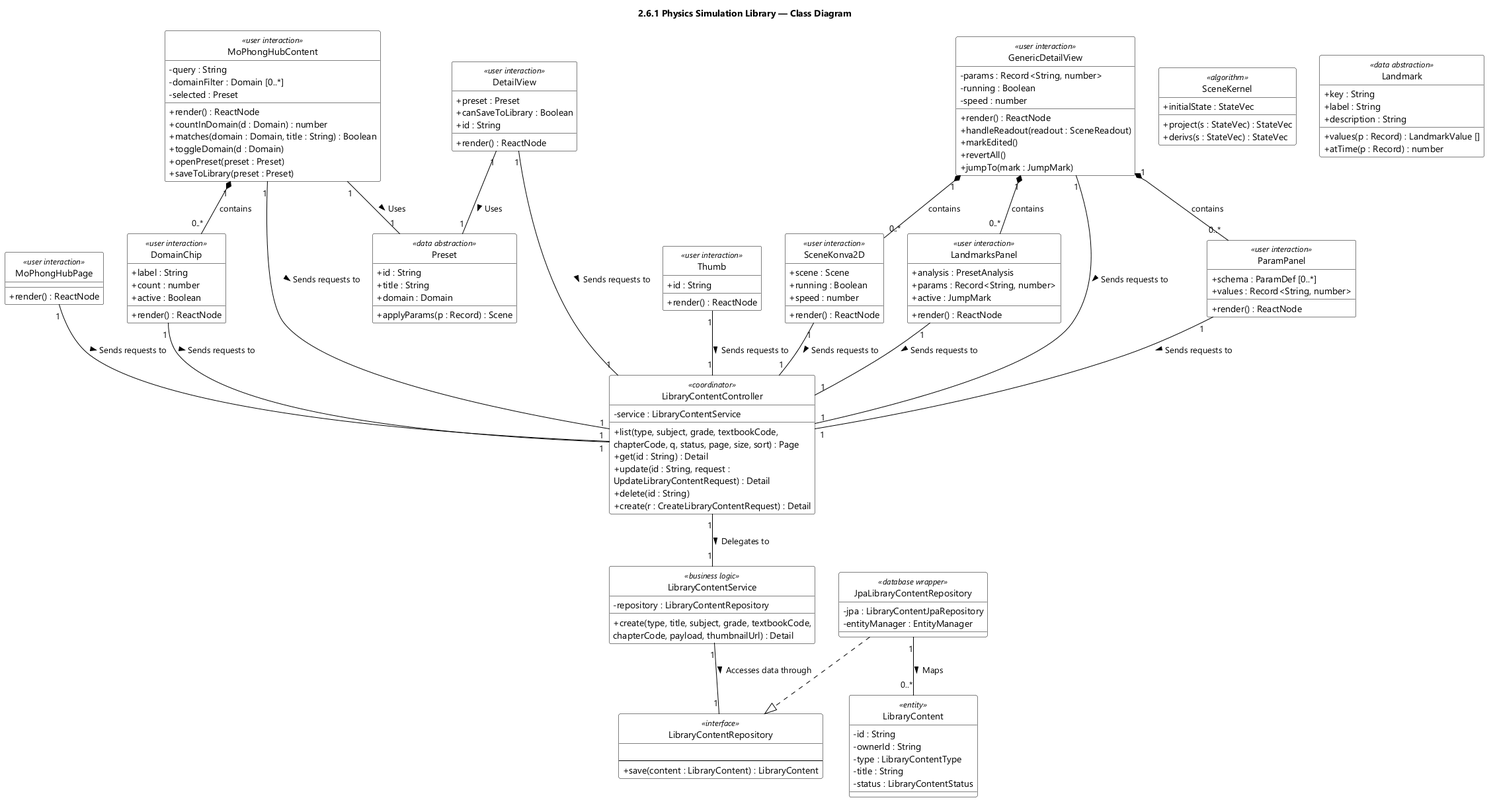
Above: designs/sds-diagrams/feat06/feat06-class-diagram.png in EduA-system/EduA-system (PlantUML), before the change. Source of this version:
```plantuml
@startuml feat06 Physics Simulation Library - Class Diagram
skinparamlocked dpi 96
skinparam defaultFontName "Segoe UI"
skinparam shadowing false
skinparam wrapWidth 320
skinparam classBackgroundColor #FFFFFF
skinparam classBorderColor #000000
skinparam ArrowColor #000000
skinparam classAttributeIconSize 0
hide circle
title 2.6.1 Physics Simulation Library — Class Diagram
class MoPhongHubPage <<user interaction>> {
  + render() : ReactNode
}

class MoPhongHubContent <<user interaction>> {
  - query : String
  - domainFilter : Domain [0..*]
  - selected : Preset
  + render() : ReactNode
  + countInDomain(d : Domain) : number
  + matches(domain : Domain, title : String) : Boolean
  + toggleDomain(d : Domain)
  + openPreset(preset : Preset)
  + saveToLibrary(preset : Preset)
}

class DomainChip <<user interaction>> {
  + label : String
  + count : number
  + active : Boolean
  + render() : ReactNode
}

class Thumb <<user interaction>> {
  + id : String
  + render() : ReactNode
}

class DetailView <<user interaction>> {
  + preset : Preset
  + canSaveToLibrary : Boolean
  + id : String
  + render() : ReactNode
}

class GenericDetailView <<user interaction>> {
  - params : Record<String, number>
  - running : Boolean
  - speed : number
  + render() : ReactNode
  + handleReadout(readout : SceneReadout)
  + markEdited()
  + revertAll()
  + jumpTo(mark : JumpMark)
}

class Preset <<data abstraction>> {
  + id : String
  + title : String
  + domain : Domain
  + applyParams(p : Record) : Scene
}

class ParamPanel <<user interaction>> {
  + schema : ParamDef [0..*]
  + values : Record<String, number>
  + render() : ReactNode
}

class SceneKonva2D <<user interaction>> {
  + scene : Scene
  + running : Boolean
  + speed : number
  + render() : ReactNode
}

class SceneKernel <<algorithm>> {
  + initialState : StateVec
  + project(s : StateVec) : StateVec
  + derivs(s : StateVec) : StateVec
}

class LandmarksPanel <<user interaction>> {
  + analysis : PresetAnalysis
  + params : Record<String, number>
  + active : JumpMark
  + render() : ReactNode
}

class Landmark <<data abstraction>> {
  + key : String
  + label : String
  + description : String
  + values(p : Record) : LandmarkValue []
  + atTime(p : Record) : number
}

class LibraryContentController <<coordinator>> {
  - service : LibraryContentService
  + list(type, subject, grade, textbookCode, chapterCode, q, status, page, size, sort) : Page
  + get(id : String) : Detail
  + update(id : String, request : UpdateLibraryContentRequest) : Detail
  + delete(id : String)
  + create(r : CreateLibraryContentRequest) : Detail
}

class LibraryContentService <<business logic>> {
  - repository : LibraryContentRepository
  + create(type, title, subject, grade, textbookCode, chapterCode, payload, thumbnailUrl) : Detail
}

class LibraryContentRepository <<interface>> {
  {field}
  --
  + save(content : LibraryContent) : LibraryContent
}

class JpaLibraryContentRepository <<database wrapper>> {
  - jpa : LibraryContentJpaRepository
  - entityManager : EntityManager
}

class LibraryContent <<entity>> {
  - id : String
  - ownerId : String
  - type : LibraryContentType
  - title : String
  - status : LibraryContentStatus
}

MoPhongHubContent "1" -- "1" Preset : Uses >
DetailView "1" -- "1" Preset : Uses >
LibraryContentController "1" -- "1" LibraryContentService : Delegates to >
LibraryContentService "1" -- "1" LibraryContentRepository : Accesses data through >
MoPhongHubPage "1" -- "1" LibraryContentController : Sends requests to >
MoPhongHubContent "1" -- "1" LibraryContentController : Sends requests to >
DomainChip "1" -- "1" LibraryContentController : Sends requests to >
Thumb "1" -- "1" LibraryContentController : Sends requests to >
DetailView "1" -- "1" LibraryContentController : Sends requests to >
GenericDetailView "1" -- "1" LibraryContentController : Sends requests to >
ParamPanel "1" -- "1" LibraryContentController : Sends requests to >
SceneKonva2D "1" -- "1" LibraryContentController : Sends requests to >
LandmarksPanel "1" -- "1" LibraryContentController : Sends requests to >
JpaLibraryContentRepository ..|> LibraryContentRepository
MoPhongHubContent "1" *-- "0..*" DomainChip : contains
GenericDetailView "1" *-- "0..*" ParamPanel : contains
GenericDetailView "1" *-- "0..*" SceneKonva2D : contains
GenericDetailView "1" *-- "0..*" LandmarksPanel : contains
JpaLibraryContentRepository "1" -- "0..*" LibraryContent : Maps >

@enduml
```
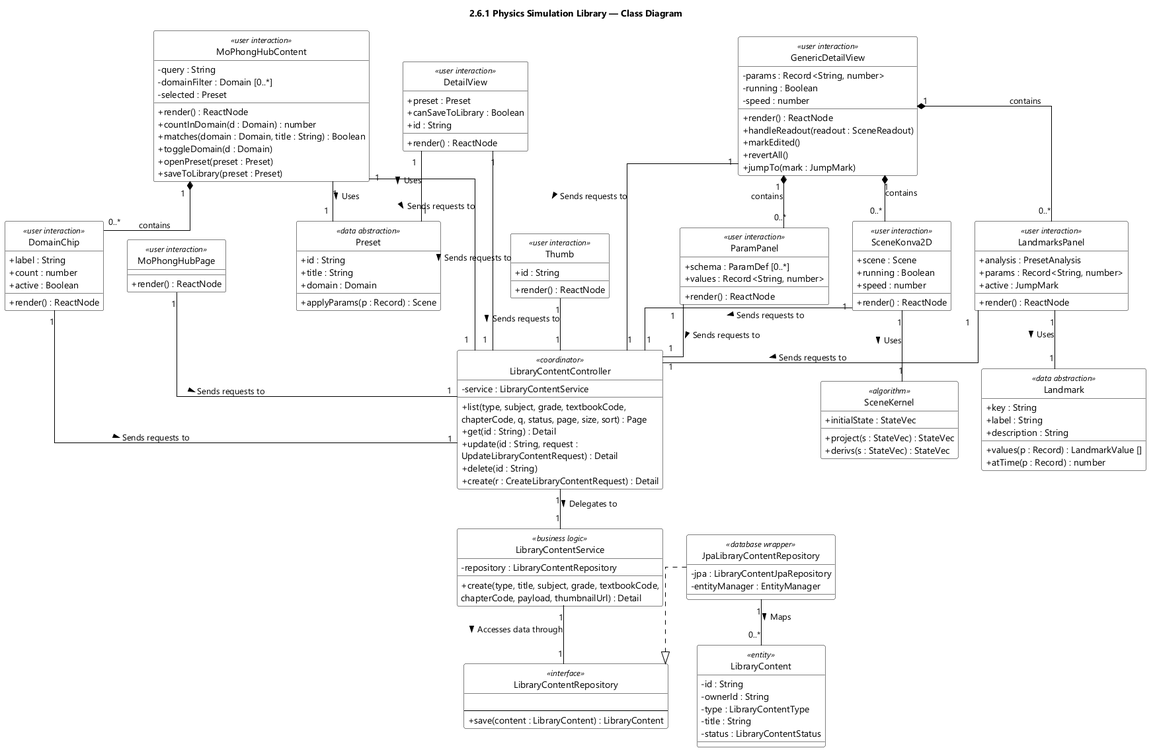
After the change.

Diff of the diagram source:
```diff
@@ -7,6 +7,7 @@
 skinparam classBorderColor #000000
 skinparam ArrowColor #000000
 skinparam classAttributeIconSize 0
+skinparam linetype ortho
 hide circle
 title 2.6.1 Physics Simulation Library — Class Diagram
 class MoPhongHubPage <<user interaction>> {
@@ -148,5 +149,7 @@
 GenericDetailView "1" *-- "0..*" SceneKonva2D : contains
 GenericDetailView "1" *-- "0..*" LandmarksPanel : contains
 JpaLibraryContentRepository "1" -- "0..*" LibraryContent : Maps >
+SceneKonva2D "1" -- "1" SceneKernel : Uses >
+LandmarksPanel "1" -- "1" Landmark : Uses >
 
 @enduml
```
